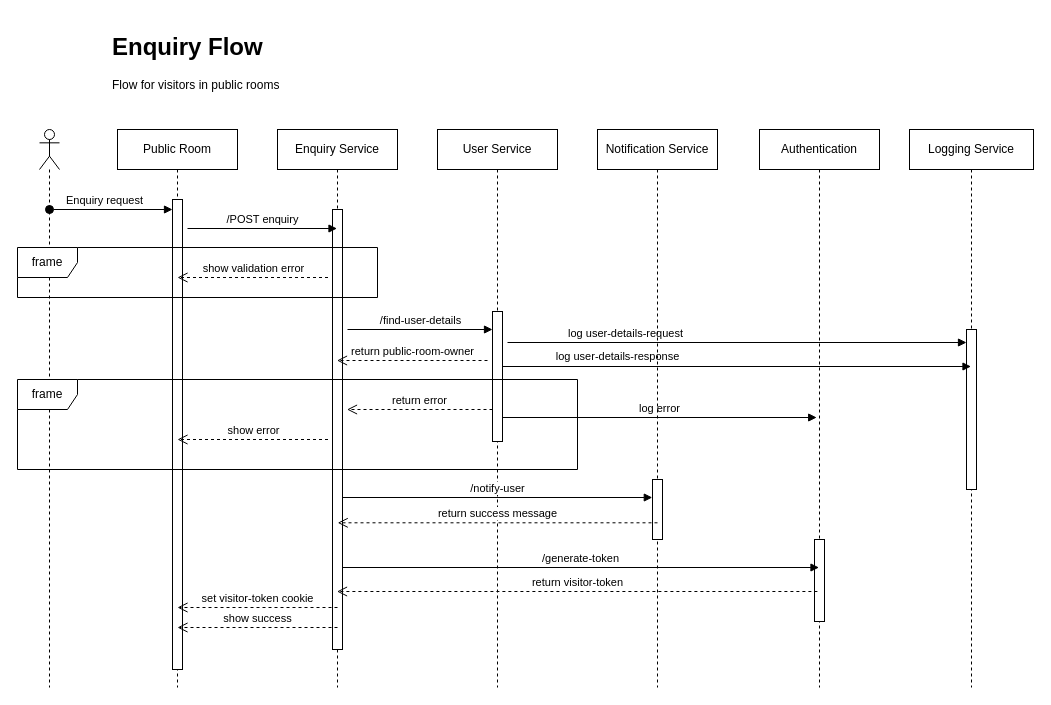
The draw.io diagram page "Student Flow" (3 of 3) of docs/assets/Sequence Diagram.drawio in akshayvijaynair/music-academy-docs, before the edit. Source tidied: cells renumbered, new cells numbered last; positions are measured from the earlier drawing's top-left corner, leaving out a move shared by most shapes. Both pictures are drawn from the tidied source at 100%, with x=0, y=0 at pixel (17, 27).
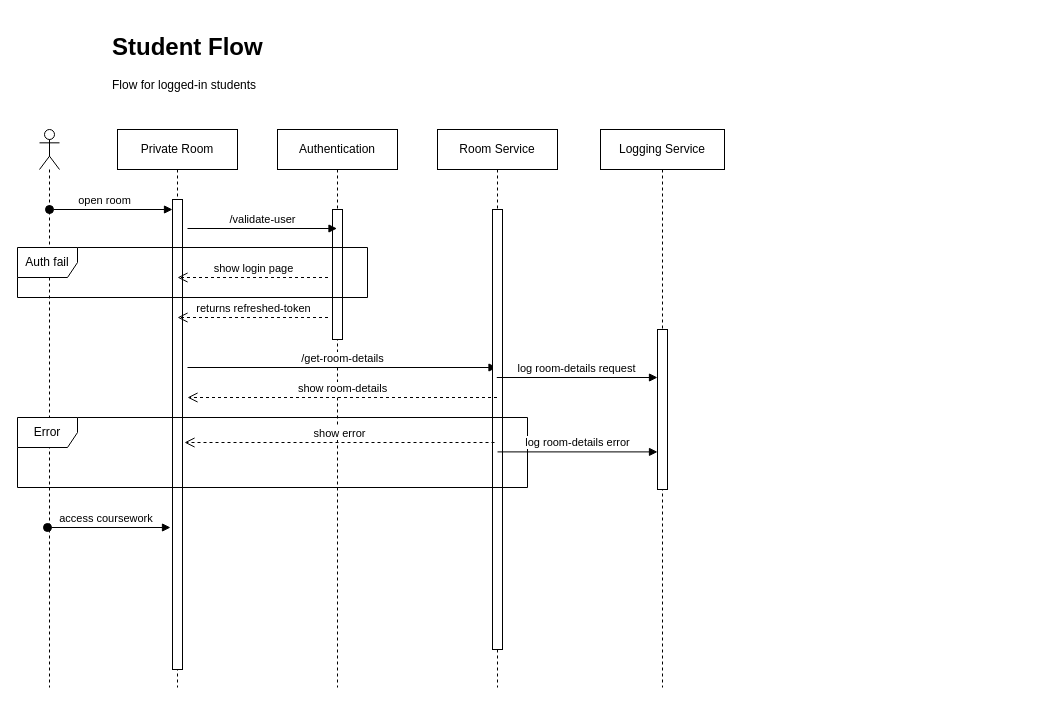
Above is the later version.

Commit message:
feat(SequenceDiagram): added Student flow

The change refers to these unchanged cells:
```xml
<mxCell id="3" style="html=1;points=[];perimeter=orthogonalPerimeter;outlineConnect=0;targetShapes=umlLifeline;portConstraint=eastwest;newEdgeStyle={&quot;edgeStyle&quot;:&quot;elbowEdgeStyle&quot;,&quot;elbow&quot;:&quot;vertical&quot;,&quot;curved&quot;:0,&quot;rounded&quot;:0};" parent="2" vertex="1">
  <mxGeometry x="55" y="70" width="10" height="470" as="geometry" />
</mxCell>
<mxCell id="11" style="html=1;points=[];perimeter=orthogonalPerimeter;outlineConnect=0;targetShapes=umlLifeline;portConstraint=eastwest;newEdgeStyle={&quot;edgeStyle&quot;:&quot;elbowEdgeStyle&quot;,&quot;elbow&quot;:&quot;vertical&quot;,&quot;curved&quot;:0,&quot;rounded&quot;:0};" parent="9" vertex="1">
  <mxGeometry x="57" y="200" width="10" height="160" as="geometry" />
</mxCell>
```

What changed in the source:
```diff
@@
-    <mxCell id="2" value="Public Room" style="shape=umlLifeline;perimeter=lifelinePerimeter;whiteSpace=wrap;html=1;newEdgeStyle={&quot;edgeStyle&quot;:&quot;elbowEdgeStyle&quot;,&quot;elbow&quot;:&quot;vertical&quot;,&quot;curved&quot;:0,&quot;rounded&quot;:0};" parent="1" vertex="1">
+    <mxCell id="2" value="Private Room" style="shape=umlLifeline;perimeter=lifelinePerimeter;whiteSpace=wrap;html=1;newEdgeStyle={&quot;edgeStyle&quot;:&quot;elbowEdgeStyle&quot;,&quot;elbow&quot;:&quot;vertical&quot;,&quot;curved&quot;:0,&quot;rounded&quot;:0};" parent="1" vertex="1">
       <mxGeometry x="100" y="102" width="120" height="558" as="geometry" />
     </mxCell>
@@
-    <mxCell id="4" value="Enquiry Service" style="shape=umlLifeline;perimeter=lifelinePerimeter;whiteSpace=wrap;html=1;outlineConnect=0;portConstraint=eastwest;newEdgeStyle={&quot;edgeStyle&quot;:&quot;elbowEdgeStyle&quot;,&quot;elbow&quot;:&quot;vertical&quot;,&quot;curved&quot;:0,&quot;rounded&quot;:0};" parent="1" vertex="1">
+    <mxCell id="4" value="Authentication" style="shape=umlLifeline;perimeter=lifelinePerimeter;whiteSpace=wrap;html=1;outlineConnect=0;portConstraint=eastwest;newEdgeStyle={&quot;edgeStyle&quot;:&quot;elbowEdgeStyle&quot;,&quot;elbow&quot;:&quot;vertical&quot;,&quot;curved&quot;:0,&quot;rounded&quot;:0};" parent="1" vertex="1">
       <mxGeometry x="260" y="102" width="120" height="558" as="geometry" />
     </mxCell>
     <mxCell id="5" style="html=1;perimeter=orthogonalPerimeter;targetShapes=umlLifeline;newEdgeStyle={&quot;edgeStyle&quot;:&quot;elbowEdgeStyle&quot;,&quot;elbow&quot;:&quot;vertical&quot;,&quot;curved&quot;:0,&quot;rounded&quot;:0};" parent="4" vertex="1">
-      <mxGeometry x="55" y="80" width="10" height="440" as="geometry" />
+      <mxGeometry x="55" y="80" width="10" height="130" as="geometry" />
     </mxCell>
@@
-    <mxCell id="7" value="Enquiry request" style="html=1;verticalAlign=bottom;startArrow=oval;startFill=1;endArrow=block;startSize=8;curved=0;rounded=0;" parent="1" edge="1" target="3">
+    <mxCell id="7" value="open room" style="html=1;verticalAlign=bottom;startArrow=oval;startFill=1;endArrow=block;startSize=8;curved=0;rounded=0;" parent="1" edge="1" target="3">
       <mxGeometry x="-0.11" relative="1" as="geometry">
         <mxPoint x="32" y="182" as="sourcePoint" />
       </mxGeometry>
     </mxCell>
-    <mxCell id="8" value="&lt;h1&gt;Enquiry Flow&lt;/h1&gt;&lt;div&gt;Flow for visitors in public rooms&lt;/div&gt;" style="text;html=1;strokeColor=none;fillColor=none;spacing=5;spacingTop=-20;whiteSpace=wrap;overflow=hidden;rounded=0;" parent="1" vertex="1">
-      <mxGeometry x="90" width="720" height="80" as="geometry" />
+    <mxCell id="8" value="&lt;h1&gt;Student Flow&lt;/h1&gt;&lt;div&gt;Flow for logged-in students&lt;/div&gt;" style="text;html=1;strokeColor=none;fillColor=none;spacing=5;spacingTop=-20;whiteSpace=wrap;overflow=hidden;rounded=0;" parent="1" vertex="1">
+      <mxGeometry x="90" width="690" height="80" as="geometry" />
     </mxCell>
     <mxCell id="9" value="Logging Service" style="shape=umlLifeline;perimeter=lifelinePerimeter;whiteSpace=wrap;html=1;outlineConnect=0;portConstraint=eastwest;newEdgeStyle={&quot;edgeStyle&quot;:&quot;elbowEdgeStyle&quot;,&quot;elbow&quot;:&quot;vertical&quot;,&quot;curved&quot;:0,&quot;rounded&quot;:0};" parent="1" vertex="1">
-      <mxGeometry x="892" y="102" width="124" height="558" as="geometry" />
+      <mxGeometry x="583" y="102" width="124" height="558" as="geometry" />
     </mxCell>
@@
-    <mxCell id="12" value="/POST enquiry" style="html=1;verticalAlign=bottom;endArrow=block;curved=0;rounded=0;" parent="1" edge="1">
+    <mxCell id="12" value="/validate-user" style="html=1;verticalAlign=bottom;endArrow=block;curved=0;rounded=0;" parent="1" edge="1">
       <mxGeometry relative="1" as="geometry">
         <mxPoint x="170" y="201" as="sourcePoint" />
         <mxPoint x="319.5" y="201" as="targetPoint" />
       </mxGeometry>
     </mxCell>
-    <mxCell id="13" value="/find-user-details" style="html=1;verticalAlign=bottom;endArrow=block;curved=0;rounded=0;" parent="1" edge="1" target="15">
-      <mxGeometry relative="1" as="geometry">
-        <mxPoint x="330" y="302" as="sourcePoint" />
-      </mxGeometry>
-    </mxCell>
-    <mxCell id="14" value="User Service" style="shape=umlLifeline;perimeter=lifelinePerimeter;whiteSpace=wrap;html=1;newEdgeStyle={&quot;edgeStyle&quot;:&quot;elbowEdgeStyle&quot;,&quot;elbow&quot;:&quot;vertical&quot;,&quot;curved&quot;:0,&quot;rounded&quot;:0};" parent="1" vertex="1">
-      <mxGeometry x="420" y="102" width="120" height="558" as="geometry" />
-    </mxCell>
-    <mxCell id="15" style="html=1;points=[];perimeter=orthogonalPerimeter;outlineConnect=0;targetShapes=umlLifeline;portConstraint=eastwest;newEdgeStyle={&quot;edgeStyle&quot;:&quot;elbowEdgeStyle&quot;,&quot;elbow&quot;:&quot;vertical&quot;,&quot;curved&quot;:0,&quot;rounded&quot;:0};" parent="14" vertex="1">
-      <mxGeometry x="55" y="182" width="10" height="130" as="geometry" />
-    </mxCell>
-    <mxCell id="16" value="return public-room-owner" style="html=1;verticalAlign=bottom;endArrow=open;dashed=1;endSize=8;curved=0;rounded=0;" parent="1" edge="1">
-      <mxGeometry relative="1" as="geometry">
-        <mxPoint x="470" y="333" as="sourcePoint" />
-        <mxPoint x="319.5" y="333" as="targetPoint" />
-      </mxGeometry>
-    </mxCell>
-    <mxCell id="17" value="frame" style="shape=umlFrame;whiteSpace=wrap;html=1;" parent="1" vertex="1">
-      <mxGeometry y="352" width="560" height="90" as="geometry" />
-    </mxCell>
-    <mxCell id="18" value="log user-details-request" style="html=1;verticalAlign=bottom;endArrow=block;curved=0;rounded=0;" parent="1" edge="1" target="11">
-      <mxGeometry x="-0.49" relative="1" as="geometry">
-        <mxPoint x="490" y="315" as="sourcePoint" />
-        <mxPoint x="1" as="offset" />
-      </mxGeometry>
-    </mxCell>
-    <mxCell id="19" value="return error" style="html=1;verticalAlign=bottom;endArrow=open;dashed=1;endSize=8;curved=0;rounded=0;" parent="1" edge="1" source="15">
-      <mxGeometry relative="1" as="geometry">
-        <mxPoint x="329.5" y="382" as="targetPoint" />
-      </mxGeometry>
-    </mxCell>
-    <mxCell id="20" value="show error" style="html=1;verticalAlign=bottom;endArrow=open;dashed=1;endSize=8;curved=0;rounded=0;" parent="1" edge="1">
-      <mxGeometry relative="1" as="geometry">
-        <mxPoint x="310.5" y="412" as="sourcePoint" />
-        <mxPoint x="160" y="412" as="targetPoint" />
-      </mxGeometry>
-    </mxCell>
-    <mxCell id="21" value="log error" style="html=1;verticalAlign=bottom;endArrow=block;curved=0;rounded=0;" parent="1" edge="1" source="15">
-      <mxGeometry relative="1" as="geometry">
-        <mxPoint x="799.2" y="390" as="targetPoint" />
-      </mxGeometry>
-    </mxCell>
-    <mxCell id="22" value="log user-details-response" style="html=1;verticalAlign=bottom;endArrow=block;curved=0;rounded=0;" parent="1" edge="1" target="9">
-      <mxGeometry x="-0.51" y="1" relative="1" as="geometry">
-        <mxPoint x="485" y="339" as="sourcePoint" />
-      </mxGeometry>
-    </mxCell>
-    <mxCell id="23" value="frame" style="shape=umlFrame;whiteSpace=wrap;html=1;" parent="1" vertex="1">
-      <mxGeometry y="220" width="360" height="50" as="geometry" />
+    <mxCell id="23" value="Auth fail" style="shape=umlFrame;whiteSpace=wrap;html=1;" parent="1" vertex="1">
+      <mxGeometry y="220" width="350" height="50" as="geometry" />
     </mxCell>
-    <mxCell id="24" value="show validation error" style="html=1;verticalAlign=bottom;endArrow=open;dashed=1;endSize=8;curved=0;rounded=0;" parent="1" edge="1">
+    <mxCell id="24" value="show login page" style="html=1;verticalAlign=bottom;endArrow=open;dashed=1;endSize=8;curved=0;rounded=0;" parent="1" edge="1">
       <mxGeometry relative="1" as="geometry">
         <mxPoint x="310.5" y="250" as="sourcePoint" />
         <mxPoint x="160" y="250" as="targetPoint" />
       </mxGeometry>
     </mxCell>
-    <mxCell id="25" value="/notify-user" style="html=1;verticalAlign=bottom;endArrow=block;curved=0;rounded=0;" parent="1" edge="1">
-      <mxGeometry relative="1" as="geometry">
-        <mxPoint x="325.2" y="470" as="sourcePoint" />
-        <mxPoint x="634.8" y="470" as="targetPoint" />
-      </mxGeometry>
-    </mxCell>
-    <mxCell id="26" value="Notification Service" style="shape=umlLifeline;perimeter=lifelinePerimeter;whiteSpace=wrap;html=1;newEdgeStyle={&quot;edgeStyle&quot;:&quot;elbowEdgeStyle&quot;,&quot;elbow&quot;:&quot;vertical&quot;,&quot;curved&quot;:0,&quot;rounded&quot;:0};" parent="1" vertex="1">
-      <mxGeometry x="580" y="102" width="120" height="558" as="geometry" />
-    </mxCell>
-    <mxCell id="27" style="html=1;perimeter=orthogonalPerimeter;targetShapes=umlLifeline;newEdgeStyle={&quot;edgeStyle&quot;:&quot;elbowEdgeStyle&quot;,&quot;elbow&quot;:&quot;vertical&quot;,&quot;curved&quot;:0,&quot;rounded&quot;:0};" parent="26" vertex="1">
-      <mxGeometry x="55" y="350" width="10" height="60" as="geometry" />
-    </mxCell>
-    <mxCell id="28" value="return success message" style="html=1;verticalAlign=bottom;endArrow=open;dashed=1;endSize=8;curved=0;rounded=0;exitX=0.5;exitY=0.488;exitDx=0;exitDy=0;exitPerimeter=0;" parent="1" edge="1">
-      <mxGeometry relative="1" as="geometry">
-        <mxPoint x="640" y="495.3" as="sourcePoint" />
-        <mxPoint x="320.2" y="495.3" as="targetPoint" />
-      </mxGeometry>
-    </mxCell>
-    <mxCell id="29" value="Authentication" style="shape=umlLifeline;perimeter=lifelinePerimeter;whiteSpace=wrap;html=1;outlineConnect=0;portConstraint=eastwest;newEdgeStyle={&quot;edgeStyle&quot;:&quot;elbowEdgeStyle&quot;,&quot;elbow&quot;:&quot;vertical&quot;,&quot;curved&quot;:0,&quot;rounded&quot;:0};" parent="1" vertex="1">
-      <mxGeometry x="742" y="102" width="120" height="558" as="geometry" />
-    </mxCell>
-    <mxCell id="30" style="html=1;perimeter=orthogonalPerimeter;targetShapes=umlLifeline;newEdgeStyle={&quot;edgeStyle&quot;:&quot;elbowEdgeStyle&quot;,&quot;elbow&quot;:&quot;vertical&quot;,&quot;curved&quot;:0,&quot;rounded&quot;:0};" parent="29" vertex="1">
-      <mxGeometry x="55" y="410" width="10" height="82" as="geometry" />
-    </mxCell>
-    <mxCell id="31" value="/generate-token" style="html=1;verticalAlign=bottom;endArrow=block;curved=0;rounded=0;" parent="1" edge="1" target="29">
-      <mxGeometry relative="1" as="geometry">
-        <mxPoint x="325.2" y="540" as="sourcePoint" />
-      </mxGeometry>
-    </mxCell>
-    <mxCell id="32" value="return visitor-token" style="html=1;verticalAlign=bottom;endArrow=open;dashed=1;endSize=8;curved=0;rounded=0;exitX=0.5;exitY=0.488;exitDx=0;exitDy=0;exitPerimeter=0;" parent="1" edge="1" target="4">
-      <mxGeometry relative="1" as="geometry">
-        <mxPoint x="799.9" y="564" as="sourcePoint" />
-      </mxGeometry>
-    </mxCell>
-    <mxCell id="33" value="set visitor-token cookie" style="html=1;verticalAlign=bottom;endArrow=open;dashed=1;endSize=8;curved=0;rounded=0;" parent="1" edge="1">
-      <mxGeometry relative="1" as="geometry">
-        <mxPoint x="320" y="580" as="sourcePoint" />
-        <mxPoint x="160" y="580" as="targetPoint" />
-      </mxGeometry>
-    </mxCell>
-    <mxCell id="34" value="show success" style="html=1;verticalAlign=bottom;endArrow=open;dashed=1;endSize=8;curved=0;rounded=0;" parent="1" edge="1">
-      <mxGeometry relative="1" as="geometry">
-        <mxPoint x="320" y="600" as="sourcePoint" />
-        <mxPoint x="160" y="600" as="targetPoint" />
-      </mxGeometry>
-    </mxCell>
+    <mxCell id="35" value="returns refreshed-token" style="html=1;verticalAlign=bottom;endArrow=open;dashed=1;endSize=8;curved=0;rounded=0;" parent="1" edge="1">
+      <mxGeometry relative="1" as="geometry">
+        <mxPoint x="310.5" y="290" as="sourcePoint" />
+        <mxPoint x="160" y="290" as="targetPoint" />
+      </mxGeometry>
+    </mxCell>
+    <mxCell id="36" value="/get-room-details" style="html=1;verticalAlign=bottom;endArrow=block;curved=0;rounded=0;" parent="1" edge="1" target="37">
+      <mxGeometry relative="1" as="geometry">
+        <mxPoint x="170" y="340" as="sourcePoint" />
+      </mxGeometry>
+    </mxCell>
+    <mxCell id="37" value="Room Service" style="shape=umlLifeline;perimeter=lifelinePerimeter;whiteSpace=wrap;html=1;outlineConnect=0;portConstraint=eastwest;newEdgeStyle={&quot;edgeStyle&quot;:&quot;elbowEdgeStyle&quot;,&quot;elbow&quot;:&quot;vertical&quot;,&quot;curved&quot;:0,&quot;rounded&quot;:0};" parent="1" vertex="1">
+      <mxGeometry x="420" y="102" width="120" height="558" as="geometry" />
+    </mxCell>
+    <mxCell id="38" style="html=1;perimeter=orthogonalPerimeter;targetShapes=umlLifeline;newEdgeStyle={&quot;edgeStyle&quot;:&quot;elbowEdgeStyle&quot;,&quot;elbow&quot;:&quot;vertical&quot;,&quot;curved&quot;:0,&quot;rounded&quot;:0};" parent="37" vertex="1">
+      <mxGeometry x="55" y="80" width="10" height="440" as="geometry" />
+    </mxCell>
+    <mxCell id="39" value="Error" style="shape=umlFrame;whiteSpace=wrap;html=1;" parent="1" vertex="1">
+      <mxGeometry y="390" width="510" height="70" as="geometry" />
+    </mxCell>
+    <mxCell id="40" value="show room-details" style="html=1;verticalAlign=bottom;endArrow=open;dashed=1;endSize=8;curved=0;rounded=0;" parent="1" edge="1" source="37">
+      <mxGeometry relative="1" as="geometry">
+        <mxPoint x="170" y="370" as="targetPoint" />
+      </mxGeometry>
+    </mxCell>
+    <mxCell id="20" value="show error" style="html=1;verticalAlign=bottom;endArrow=open;dashed=1;endSize=8;curved=0;rounded=0;" parent="1" edge="1">
+      <mxGeometry relative="1" as="geometry">
+        <mxPoint x="477" y="415" as="sourcePoint" />
+        <mxPoint x="167" y="415" as="targetPoint" />
+      </mxGeometry>
+    </mxCell>
+    <mxCell id="41" value="access coursework&amp;nbsp;" style="html=1;verticalAlign=bottom;startArrow=oval;startFill=1;endArrow=block;startSize=8;curved=0;rounded=0;" parent="1" edge="1">
+      <mxGeometry x="-0.02" relative="1" as="geometry">
+        <mxPoint x="30" y="500" as="sourcePoint" />
+        <mxPoint x="153" y="500" as="targetPoint" />
+      </mxGeometry>
+    </mxCell>
+    <mxCell id="42" value="log room-details request" style="html=1;verticalAlign=bottom;endArrow=block;curved=0;rounded=0;" parent="1" edge="1">
+      <mxGeometry relative="1" as="geometry">
+        <mxPoint x="479.3" y="350" as="sourcePoint" />
+        <mxPoint x="640" y="350" as="targetPoint" />
+      </mxGeometry>
+    </mxCell>
+    <mxCell id="43" value="log room-details error" style="html=1;verticalAlign=bottom;endArrow=block;curved=0;rounded=0;" parent="1" edge="1" target="11">
+      <mxGeometry relative="1" as="geometry">
+        <mxPoint x="480" y="424.4" as="sourcePoint" />
+      </mxGeometry>
+    </mxCell>
```
